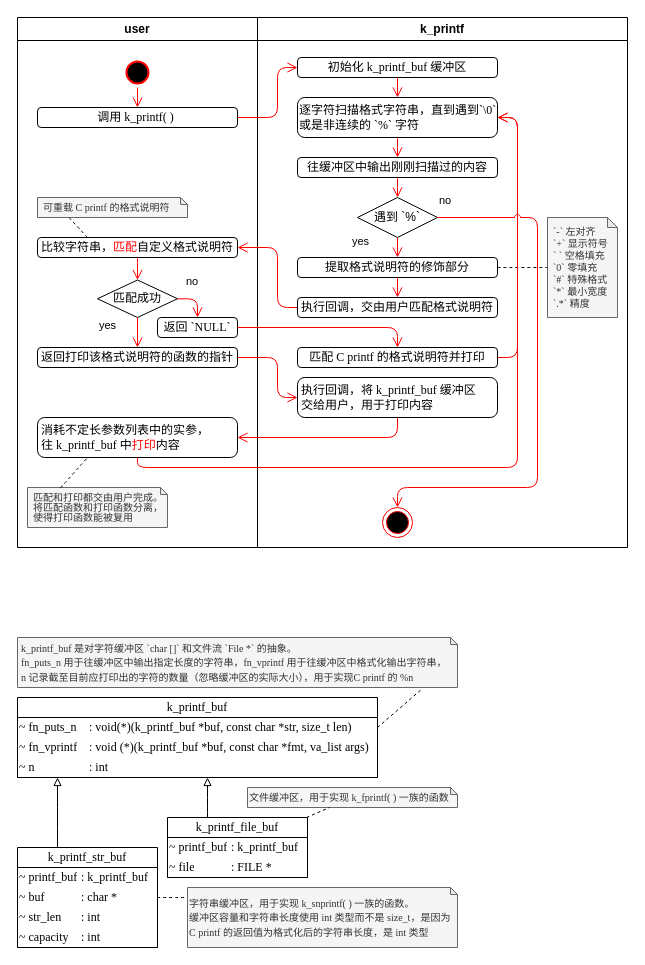
Above: page "k_printf" (7 of 10) of docs/drawio/k_utils.drawio in szdxdxdx/k_game (draw.io), before the change. Source tidied: cells renumbered, new cells numbered last; positions are measured from the earlier drawing's top-left corner, leaving out a move shared by most shapes. Both pictures are drawn from the tidied source at 100%, with x=0, y=0 at pixel (17, 17).
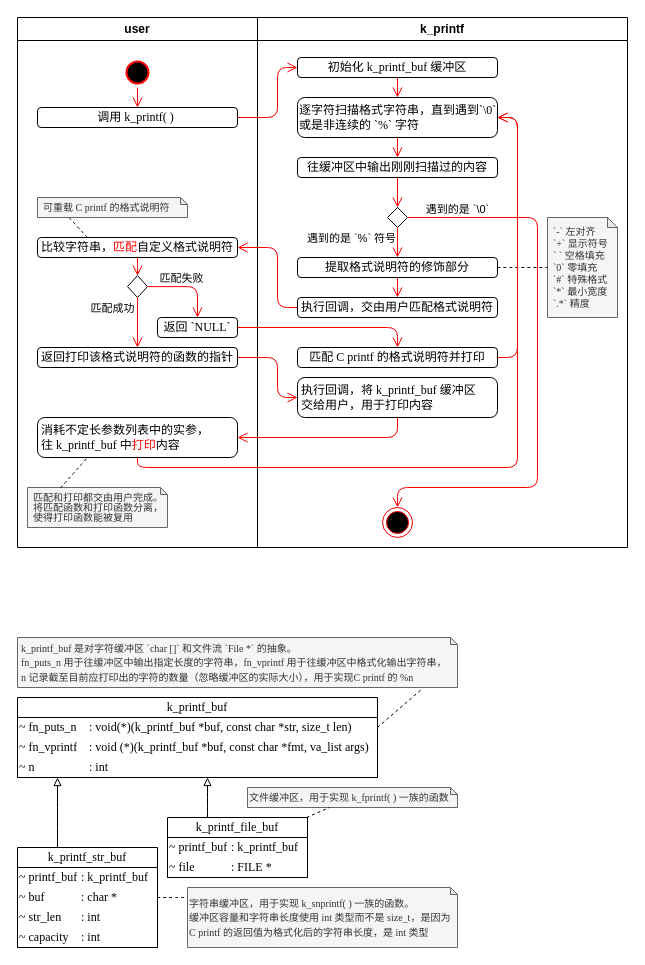
The same page after the edit.

Unchanged cells that the change refers to:
```xml
<mxCell id="42" value="k_printf" style="swimlane;whiteSpace=wrap;html=1;" parent="1" vertex="1">
  <mxGeometry x="240" width="370" height="530" as="geometry" />
</mxCell>
<mxCell id="44" style="ellipse;html=1;shape=endState;fillColor=#000000;strokeColor=#ff0000;" parent="42" vertex="1">
  <mxGeometry x="125" y="490" width="30" height="30" as="geometry" />
</mxCell>
<mxCell id="46" value="user" style="swimlane;whiteSpace=wrap;html=1;" parent="1" vertex="1">
  <mxGeometry width="240" height="530" as="geometry" />
</mxCell>
<mxCell id="52" value="&lt;div style=&quot;&quot;&gt;&lt;span style=&quot;font-family: &amp;quot;Times New Roman&amp;quot;; background-color: initial;&quot;&gt;返回 `NULL`&lt;/span&gt;&lt;/div&gt;" style="rounded=1;whiteSpace=wrap;html=1;arcSize=18;align=center;" parent="46" vertex="1">
  <mxGeometry x="140" y="300" width="80" height="20" as="geometry" />
</mxCell>
<mxCell id="54" value="&lt;div style=&quot;&quot;&gt;&lt;span style=&quot;font-family: &amp;quot;Times New Roman&amp;quot;; background-color: initial;&quot;&gt;返回打印该格式说明符的函数的指针&lt;/span&gt;&lt;/div&gt;" style="rounded=1;whiteSpace=wrap;html=1;arcSize=18;align=center;" parent="46" vertex="1">
  <mxGeometry x="20" y="330" width="200" height="20" as="geometry" />
</mxCell>
<mxCell id="70" value="&lt;div style=&quot;&quot;&gt;&lt;span style=&quot;font-family: &amp;quot;Times New Roman&amp;quot;; background-color: initial;&quot;&gt;提取格式说明符的修饰部分&lt;/span&gt;&lt;/div&gt;" style="rounded=1;whiteSpace=wrap;html=1;arcSize=18;align=center;" parent="1" vertex="1">
  <mxGeometry x="280" y="240" width="200" height="20" as="geometry" />
</mxCell>
```

Diff of the diagram source:
```diff
@@
+    <mxCell id="65" style="rhombus;whiteSpace=wrap;html=1;" parent="42" vertex="1">
+      <mxGeometry x="130" y="190" width="20" height="20" as="geometry" />
+    </mxCell>
+    <mxCell id="81" style="edgeStyle=orthogonalEdgeStyle;html=1;align=left;verticalAlign=top;endArrow=open;endSize=8;strokeColor=#ff0000;rounded=1;jumpStyle=arc;" parent="42" edge="1" source="65" target="44">
+      <mxGeometry x="-1" y="30" relative="1" as="geometry">
+        <Array as="points">
+          <mxPoint x="280" y="200" />
+          <mxPoint x="280" y="470" />
+          <mxPoint x="140" y="470" />
+        </Array>
+      </mxGeometry>
+    </mxCell>
+    <mxCell id="84" value="遇到的是 `\0`" style="edgeLabel;html=1;align=center;verticalAlign=middle;" parent="81" vertex="1">
+      <mxGeometry x="-0.85" relative="1" as="geometry">
+        <mxPoint x="7" y="-9" as="offset" />
+      </mxGeometry>
+    </mxCell>
@@
-    <mxCell id="50" value="匹配成功" style="rhombus;whiteSpace=wrap;html=1;" parent="46" vertex="1">
-      <mxGeometry x="80" y="262.5" width="80" height="37.5" as="geometry" />
+    <mxCell id="50" style="rhombus;whiteSpace=wrap;html=1;" parent="46" vertex="1">
+      <mxGeometry x="110" y="258.1" width="20" height="21.9" as="geometry" />
     </mxCell>
@@
-    <mxCell id="53" value="no" style="edgeStyle=orthogonalEdgeStyle;html=1;align=left;verticalAlign=top;endArrow=open;endSize=8;strokeColor=#ff0000;rounded=1;" parent="46" edge="1" source="50" target="52">
+    <mxCell id="53" style="edgeStyle=orthogonalEdgeStyle;html=1;align=left;verticalAlign=top;endArrow=open;endSize=8;strokeColor=#ff0000;rounded=1;" parent="46" edge="1" source="50" target="52">
       <mxGeometry x="-0.62" y="30" relative="1" as="geometry">
         <Array as="points">
-          <mxPoint x="180" y="281" />
+          <mxPoint x="180" y="269" />
         </Array>
       </mxGeometry>
     </mxCell>
+    <mxCell id="85" value="匹配失败" style="edgeLabel;html=1;align=center;verticalAlign=middle;" parent="53" vertex="1">
+      <mxGeometry x="-0.37" y="1" relative="1" as="geometry">
+        <mxPoint x="9" y="-8" as="offset" />
+      </mxGeometry>
+    </mxCell>
@@
-    <mxCell id="55" value="yes" style="html=1;align=left;verticalAlign=top;endArrow=open;endSize=8;strokeColor=#ff0000;rounded=0;" parent="46" edge="1" source="50" target="54">
+    <mxCell id="55" style="html=1;align=left;verticalAlign=top;endArrow=open;endSize=8;strokeColor=#ff0000;rounded=0;" parent="46" edge="1" source="50" target="54">
       <mxGeometry x="-1" y="-40" relative="1" as="geometry">
         <mxPoint y="-5" as="offset" />
       </mxGeometry>
     </mxCell>
+    <mxCell id="86" value="匹配成功" style="edgeLabel;html=1;align=center;verticalAlign=middle;" parent="55" vertex="1">
+      <mxGeometry x="-0.32" y="1" relative="1" as="geometry">
+        <mxPoint x="-27" y="-7" as="offset" />
+      </mxGeometry>
+    </mxCell>
@@
-    <mxCell id="65" value="遇到 `%`" style="rhombus;whiteSpace=wrap;html=1;" parent="1" vertex="1">
-      <mxGeometry x="340" y="180" width="80" height="40" as="geometry" />
-    </mxCell>
-    <mxCell id="66" value="yes" style="html=1;align=left;verticalAlign=top;endArrow=open;endSize=8;strokeColor=#ff0000;rounded=0;" parent="1" edge="1" source="65" target="70">
-      <mxGeometry x="-1" y="-47" relative="1" as="geometry">
-        <mxPoint y="-9" as="offset" />
-      </mxGeometry>
+    <mxCell id="66" style="html=1;align=left;verticalAlign=top;endArrow=open;endSize=8;strokeColor=#ff0000;rounded=0;" parent="1" edge="1" source="65" target="70">
+      <mxGeometry x="-0.87" y="-62" relative="1" as="geometry" />
     </mxCell>
+    <mxCell id="87" value="遇到的是 `%` 符号" style="edgeLabel;html=1;align=center;verticalAlign=middle;" parent="66" vertex="1">
+      <mxGeometry x="-0.16" relative="1" as="geometry">
+        <mxPoint x="-47" y="-3" as="offset" />
+      </mxGeometry>
+    </mxCell>
@@
-    <mxCell id="81" value="no" style="edgeStyle=orthogonalEdgeStyle;html=1;align=left;verticalAlign=top;endArrow=open;endSize=8;strokeColor=#ff0000;rounded=1;jumpStyle=arc;" parent="1" edge="1" source="65" target="44">
-      <mxGeometry x="-1" y="30" relative="1" as="geometry">
-        <Array as="points">
-          <mxPoint x="520" y="200" />
-          <mxPoint x="520" y="470" />
-          <mxPoint x="380" y="470" />
-        </Array>
-      </mxGeometry>
-    </mxCell>
```
